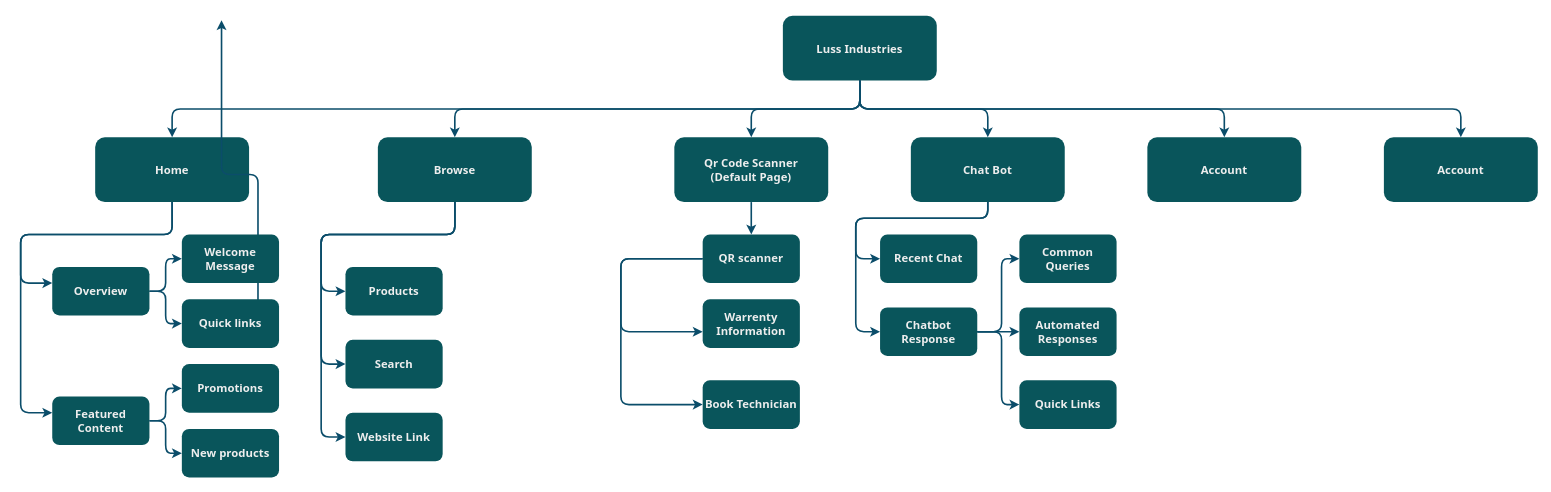
Earlier version of the draw.io diagram Untitled Diagram.drawio (alishgosai/draw-io). Source tidied: cells renumbered, new cells numbered last; positions are measured from the earlier drawing's top-left corner, leaving out a move shared by most shapes. Both pictures are drawn from the tidied source at 81%, with x=0, y=0 at pixel (20, 15).
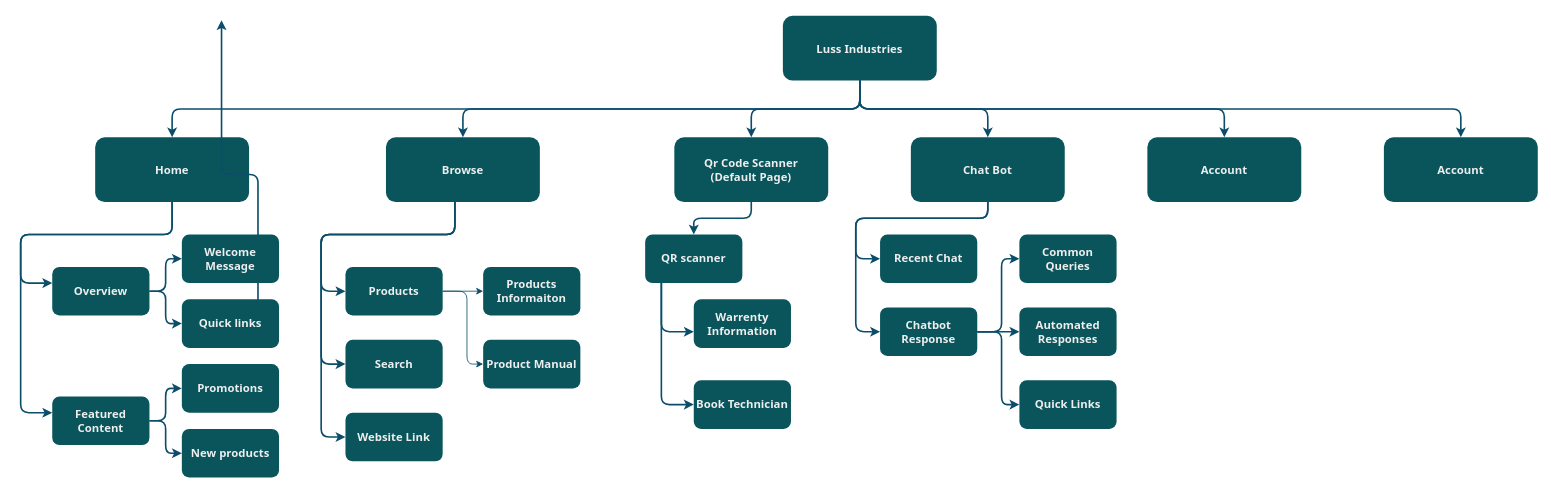
Above is the later version.

The change refers to these unchanged cells:
```xml
<mxCell id="34" value="Products" style="whiteSpace=wrap;html=1;fontSize=14;fontFamily=Tahoma;fillColor=#09555B;strokeColor=none;fontColor=#EEEEEE;rounded=1;fontStyle=1;labelBackgroundColor=none;strokeWidth=2;" parent="1" vertex="1">
  <mxGeometry x="401" y="310" width="120" height="60" as="geometry" />
</mxCell>
```

Diff of the diagram source:
```diff
@@
     <mxCell id="10" value="Browse" style="rounded=1;fillColor=#09555B;strokeColor=none;fontColor=#EEEEEE;fontStyle=1;fontFamily=Tahoma;fontSize=14;direction=west;flipH=0;labelBackgroundColor=none;strokeWidth=2;" parent="1" vertex="1">
-      <mxGeometry x="441" y="150" width="190" height="80" as="geometry" />
+      <mxGeometry x="451" y="150" width="190" height="80" as="geometry" />
     </mxCell>
@@
+    <mxCell id="50" style="edgeStyle=orthogonalEdgeStyle;rounded=1;jettySize=auto;html=1;strokeColor=#0B4D6A;" parent="1" edge="1" source="34" target="52">
+      <mxGeometry relative="1" as="geometry" />
+    </mxCell>
+    <mxCell id="51" style="edgeStyle=orthogonalEdgeStyle;rounded=1;jettySize=auto;html=1;strokeColor=#0B4D6A;" parent="1" edge="1" source="34" target="53">
+      <mxGeometry relative="1" as="geometry">
+        <Array as="points">
+          <mxPoint x="551" y="340" />
+          <mxPoint x="551" y="430" />
+        </Array>
+      </mxGeometry>
+    </mxCell>
@@
     <mxCell id="37" style="edgeStyle=orthogonalEdgeStyle;rounded=1;jettySize=auto;html=1;labelBackgroundColor=none;strokeColor=#0B4D6A;fontColor=default;strokeWidth=2;" parent="1" edge="1" source="39" target="40">
       <mxGeometry relative="1" as="geometry">
         <Array as="points">
-          <mxPoint x="741" y="300" />
-          <mxPoint x="741" y="390" />
+          <mxPoint x="791" y="390" />
         </Array>
       </mxGeometry>
     </mxCell>
     <mxCell id="38" style="edgeStyle=orthogonalEdgeStyle;rounded=1;jettySize=auto;html=1;labelBackgroundColor=none;strokeColor=#0B4D6A;fontColor=default;strokeWidth=2;" parent="1" edge="1" source="39" target="41">
       <mxGeometry relative="1" as="geometry">
         <Array as="points">
-          <mxPoint x="741" y="300" />
-          <mxPoint x="741" y="480" />
+          <mxPoint x="791" y="480" />
         </Array>
       </mxGeometry>
     </mxCell>
     <mxCell id="39" value="QR scanner" style="whiteSpace=wrap;html=1;fontSize=14;fontFamily=Tahoma;fillColor=#09555B;strokeColor=none;fontColor=#EEEEEE;rounded=1;fontStyle=1;labelBackgroundColor=none;strokeWidth=2;" parent="1" vertex="1">
-      <mxGeometry x="842" y="270" width="120" height="60" as="geometry" />
+      <mxGeometry x="771" y="270" width="120" height="60" as="geometry" />
     </mxCell>
     <mxCell id="40" value="Warrenty Information" style="whiteSpace=wrap;html=1;fontSize=14;fontFamily=Tahoma;fillColor=#09555B;strokeColor=none;fontColor=#EEEEEE;rounded=1;fontStyle=1;labelBackgroundColor=none;strokeWidth=2;" parent="1" vertex="1">
-      <mxGeometry x="842" y="350" width="120" height="60" as="geometry" />
+      <mxGeometry x="831" y="350" width="120" height="60" as="geometry" />
     </mxCell>
     <mxCell id="41" value="Book Technician" style="whiteSpace=wrap;html=1;fontSize=14;fontFamily=Tahoma;fillColor=#09555B;strokeColor=none;fontColor=#EEEEEE;rounded=1;fontStyle=1;labelBackgroundColor=none;strokeWidth=2;" parent="1" vertex="1">
-      <mxGeometry x="842" y="450" width="120" height="60" as="geometry" />
+      <mxGeometry x="831" y="450" width="120" height="60" as="geometry" />
     </mxCell>
@@
+    <mxCell id="52" value="Products Informaiton" style="whiteSpace=wrap;html=1;fontSize=14;fontFamily=Tahoma;fillColor=#09555B;strokeColor=none;fontColor=#EEEEEE;rounded=1;fontStyle=1;labelBackgroundColor=none;strokeWidth=2;" parent="1" vertex="1">
+      <mxGeometry x="571" y="310" width="120" height="60" as="geometry" />
+    </mxCell>
+    <mxCell id="53" value="Product Manual" style="whiteSpace=wrap;html=1;fontSize=14;fontFamily=Tahoma;fillColor=#09555B;strokeColor=none;fontColor=#EEEEEE;rounded=1;fontStyle=1;labelBackgroundColor=none;strokeWidth=2;" parent="1" vertex="1">
+      <mxGeometry x="571" y="400" width="120" height="60" as="geometry" />
+    </mxCell>
```
